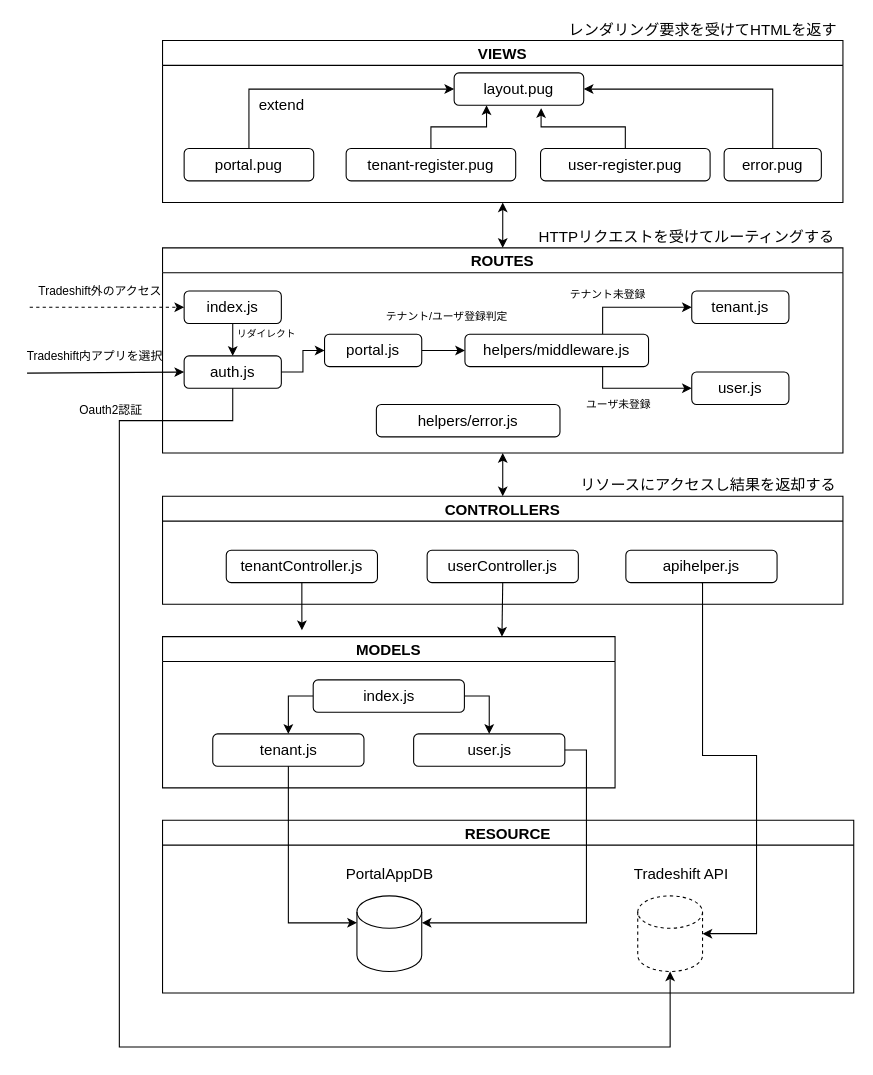
Above: Documents/Architechture.dio in Rakib-dova/BCD-portal-dova (draw.io), before the change. Source tidied: cells renumbered, new cells numbered last; positions are measured from the earlier drawing's top-left corner, leaving out a move shared by most shapes. Both pictures are drawn from the tidied source at 108%, with x=0, y=0 at pixel (18, 18).
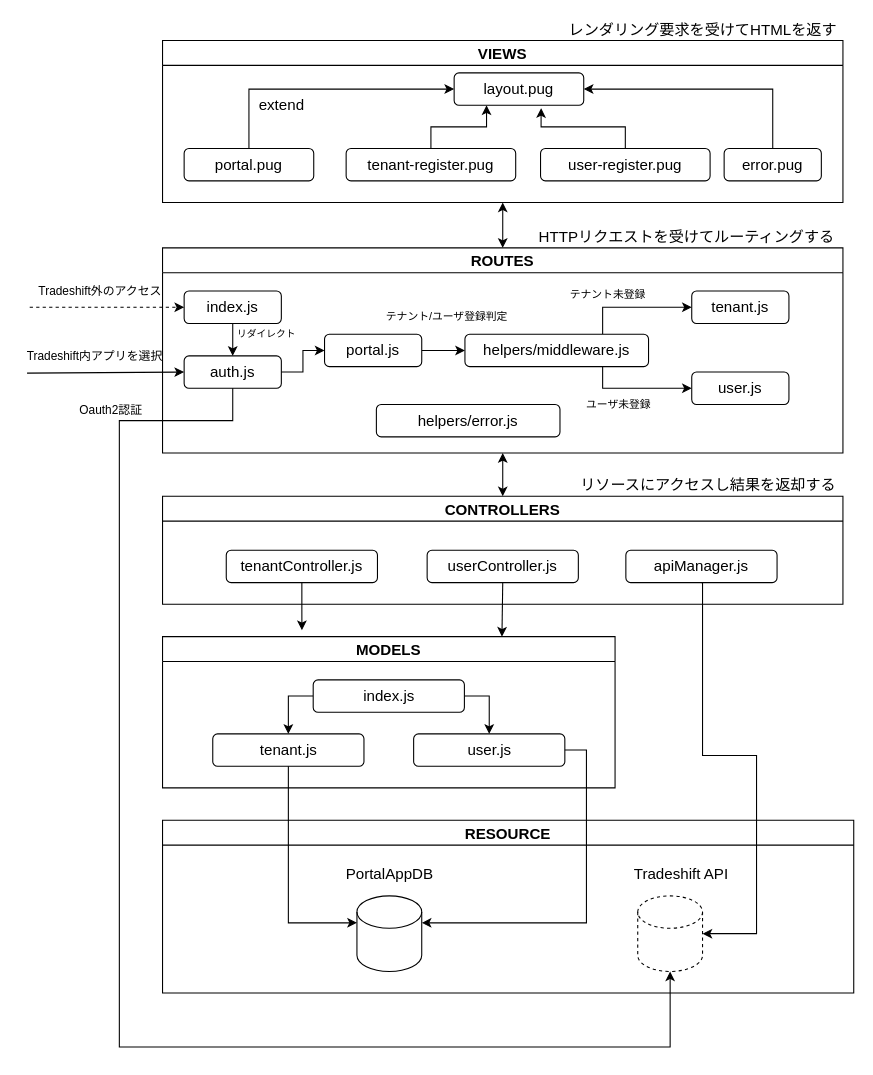
The same diagram, later.

Unchanged cells that the change refers to:
```xml
<mxCell id="38" value="CONTROLLERS" style="swimlane;fontSize=14;" parent="1" vertex="1">
  <mxGeometry x="133" y="442" width="630" height="100" as="geometry" />
</mxCell>
```

Diff of the diagram source:
```diff
@@
-    <mxCell id="41" value="apihelper.js" style="rounded=1;whiteSpace=wrap;html=1;fontSize=14;" parent="38" vertex="1">
+    <mxCell id="41" value="apiManager.js" style="rounded=1;whiteSpace=wrap;html=1;fontSize=14;" parent="38" vertex="1">
       <mxGeometry x="429" y="50" width="140" height="30" as="geometry" />
     </mxCell>
```
